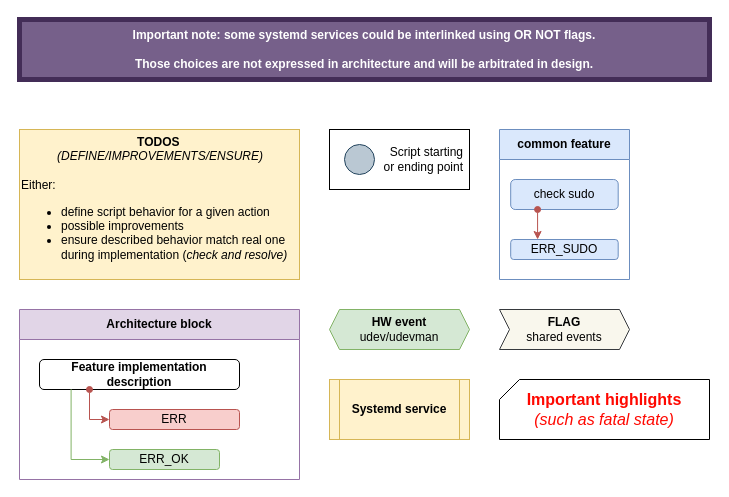
The draw.io diagram page "legend" (1 of 8) of docs/arch/arch.drawio in repeact/embedded-sw, before the edit. Source tidied: cells renumbered, new cells numbered last; positions are measured from the earlier drawing's top-left corner, leaving out a move shared by most shapes. Both pictures are drawn from the tidied source at 100%, with x=0, y=0 at pixel (19, 19).
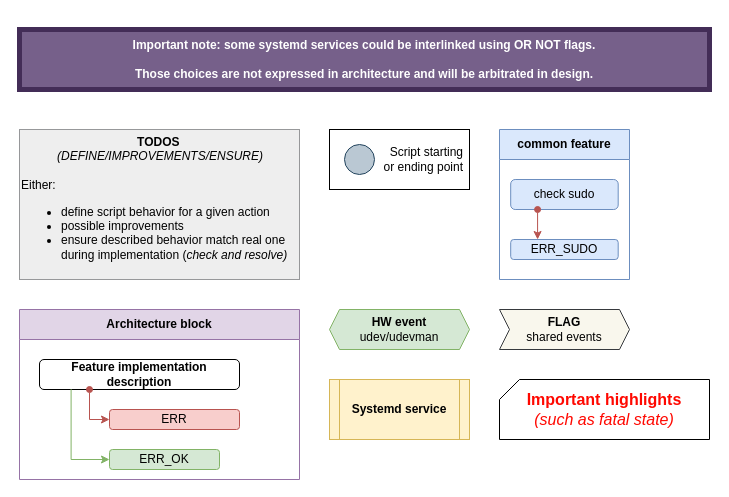
After the change.

Commit message (it also covers changes not shown here):
docs(arch): complete rework of system behavior

version3 of the architecture. This version add more details about the
system complexity:

- systemd/udev events
- global flags and their handling
- improve accuracy based on technical tests (such as hdmi plug/unplug
  state monitoring)
- possible fatal errors

Diff of the diagram source:
```diff
@@
-    <mxCell id="11" value="&lt;div style=&quot;text-align: center;&quot;&gt;&lt;span style=&quot;background-color: transparent; color: light-dark(rgb(0, 0, 0), rgb(255, 255, 255));&quot;&gt;TODOS&amp;nbsp;&lt;/span&gt;&lt;/div&gt;&lt;div style=&quot;text-align: center;&quot;&gt;&lt;span style=&quot;background-color: transparent; color: light-dark(rgb(0, 0, 0), rgb(255, 255, 255));&quot;&gt;&lt;span style=&quot;font-weight: normal;&quot;&gt;&lt;i&gt;(DEFINE/IMPROVEMENTS/ENSURE)&lt;/i&gt;&lt;/span&gt;&lt;/span&gt;&lt;/div&gt;&lt;div style=&quot;text-align: center;&quot;&gt;&lt;span style=&quot;background-color: transparent; color: light-dark(rgb(0, 0, 0), rgb(255, 255, 255));&quot;&gt;&lt;br&gt;&lt;/span&gt;&lt;/div&gt;&lt;div style=&quot;&quot;&gt;&lt;span style=&quot;background-color: transparent; color: light-dark(rgb(0, 0, 0), rgb(255, 255, 255)); font-weight: normal;&quot;&gt;Either:&lt;/span&gt;&lt;/div&gt;&lt;div&gt;&lt;ul&gt;&lt;li&gt;&lt;span style=&quot;font-weight: 400;&quot;&gt;define script behavior for a given action&lt;/span&gt;&lt;/li&gt;&lt;li&gt;&lt;span style=&quot;font-weight: normal;&quot;&gt;possible improvements&lt;/span&gt;&lt;/li&gt;&lt;li&gt;&lt;span style=&quot;font-weight: normal;&quot;&gt;ensure&amp;nbsp;described behavior match real one during implementation (&lt;/span&gt;&lt;i style=&quot;font-weight: 400;&quot;&gt;check and resolve)&lt;/i&gt;&lt;/li&gt;&lt;/ul&gt;&lt;/div&gt;" style="rounded=0;whiteSpace=wrap;html=1;fillColor=#fff2cc;strokeColor=#d6b656;fontStyle=1;align=left;" parent="1" vertex="1">
+    <mxCell id="11" value="&lt;div style=&quot;text-align: center;&quot;&gt;&lt;span style=&quot;background-color: transparent; color: light-dark(rgb(0, 0, 0), rgb(255, 255, 255));&quot;&gt;TODOS&amp;nbsp;&lt;/span&gt;&lt;/div&gt;&lt;div style=&quot;text-align: center;&quot;&gt;&lt;span style=&quot;background-color: transparent; color: light-dark(rgb(0, 0, 0), rgb(255, 255, 255));&quot;&gt;&lt;span style=&quot;font-weight: normal;&quot;&gt;&lt;i&gt;(DEFINE/IMPROVEMENTS/ENSURE)&lt;/i&gt;&lt;/span&gt;&lt;/span&gt;&lt;/div&gt;&lt;div style=&quot;text-align: center;&quot;&gt;&lt;span style=&quot;background-color: transparent; color: light-dark(rgb(0, 0, 0), rgb(255, 255, 255));&quot;&gt;&lt;br&gt;&lt;/span&gt;&lt;/div&gt;&lt;div style=&quot;&quot;&gt;&lt;span style=&quot;background-color: transparent; color: light-dark(rgb(0, 0, 0), rgb(255, 255, 255)); font-weight: normal;&quot;&gt;Either:&lt;/span&gt;&lt;/div&gt;&lt;div&gt;&lt;ul&gt;&lt;li&gt;&lt;span style=&quot;font-weight: 400;&quot;&gt;define script behavior for a given action&lt;/span&gt;&lt;/li&gt;&lt;li&gt;&lt;span style=&quot;font-weight: normal;&quot;&gt;possible improvements&lt;/span&gt;&lt;/li&gt;&lt;li&gt;&lt;span style=&quot;font-weight: normal;&quot;&gt;ensure&amp;nbsp;described behavior match real one during implementation (&lt;/span&gt;&lt;i style=&quot;font-weight: 400;&quot;&gt;check and resolve)&lt;/i&gt;&lt;/li&gt;&lt;/ul&gt;&lt;/div&gt;" style="rounded=0;whiteSpace=wrap;html=1;fillColor=#eeeeee;strokeColor=#36393d;fontStyle=1;align=left;dashed=1;dashPattern=1 1;" parent="1" vertex="1">
       <mxGeometry y="110" width="280" height="150" as="geometry" />
     </mxCell>
@@
     <mxCell id="19" value="&lt;b&gt;Important note: some systemd services could be interlinked using OR NOT flags.&lt;/b&gt;&lt;div&gt;&lt;b&gt;&lt;br&gt;&lt;/b&gt;&lt;div&gt;&lt;b&gt;Those choices are not expressed in architecture and will be arbitrated in design.&lt;/b&gt;&lt;/div&gt;&lt;/div&gt;" style="text;html=1;whiteSpace=wrap;strokeColor=#432D57;fillColor=#76608a;align=center;verticalAlign=middle;rounded=0;fontColor=#ffffff;strokeWidth=5;spacingLeft=3;spacingRight=3;" parent="1" vertex="1">
-      <mxGeometry width="690" height="60" as="geometry" />
+      <mxGeometry y="10" width="690" height="60" as="geometry" />
     </mxCell>
```
